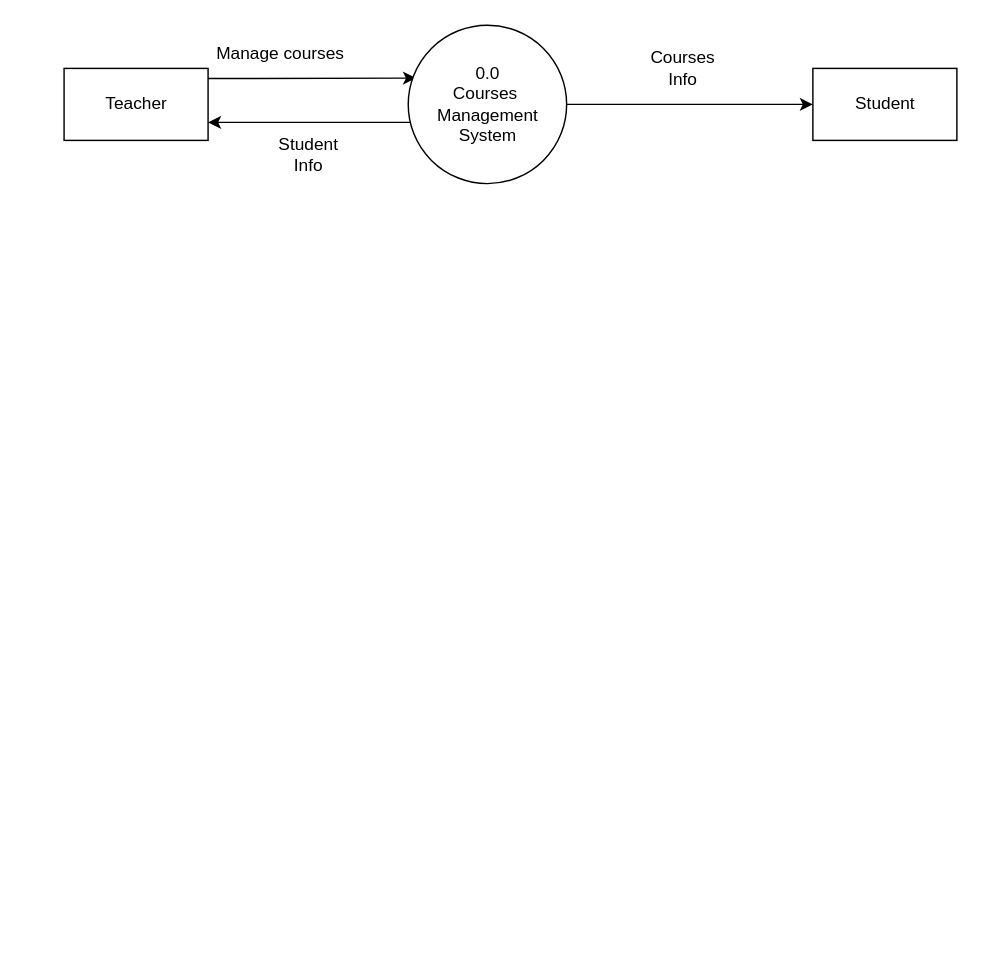
Amruta789/Online-Educational-Resources-Recommender keeps this draw.io diagram as Untitled Diagram.drawio. Above is the earlier version. Source tidied: cells renumbered, new cells numbered last; positions are measured from the earlier drawing's top-left corner, leaving out a move shared by most shapes. Both pictures are drawn from the tidied source at 144%, with x=0, y=0 at pixel (63, 24).
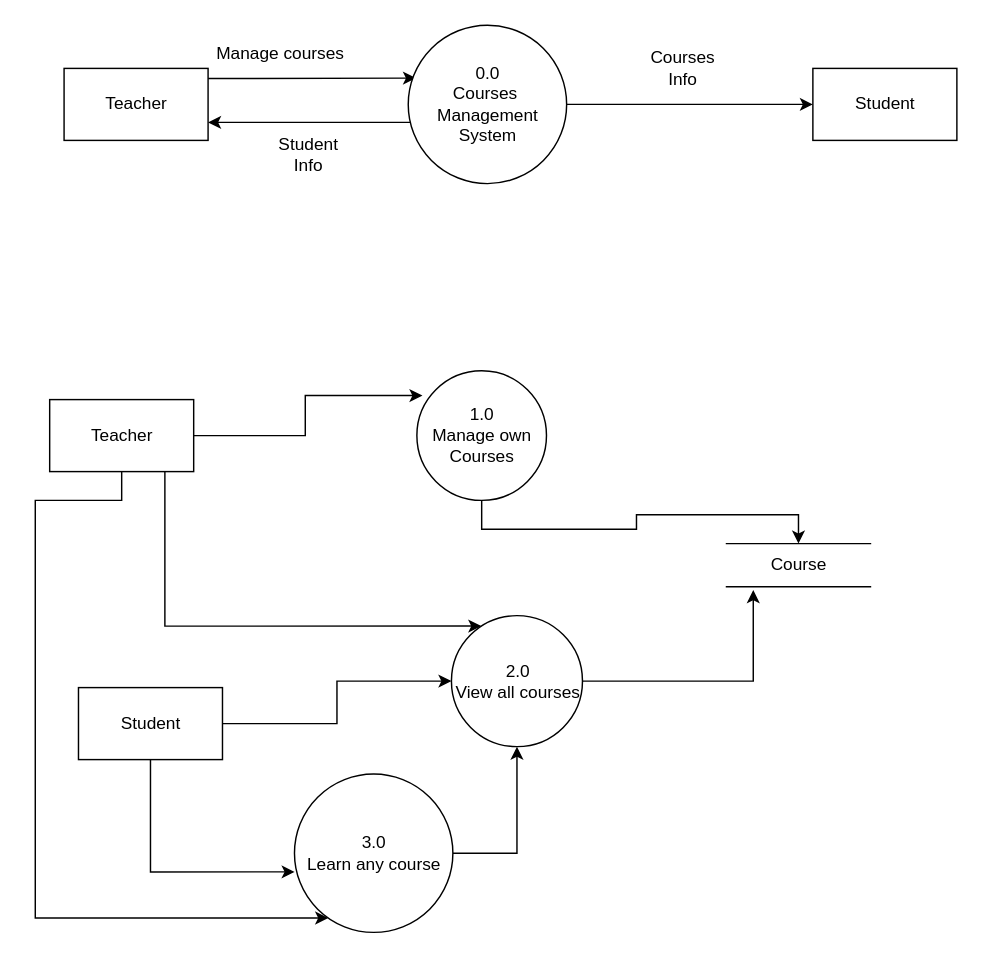
The same diagram, later.

The edit, as a diff of the source:
```diff
@@
+    <mxCell id="11" style="edgeStyle=orthogonalEdgeStyle;rounded=0;jettySize=auto;html=1;exitX=0.5;exitY=1;exitDx=0;exitDy=0;entryX=0.5;entryY=0;entryDx=0;entryDy=0;" parent="1" edge="1" source="12" target="17">
+      <mxGeometry relative="1" as="geometry" />
+    </mxCell>
+    <mxCell id="12" value="1.0&lt;br&gt;Manage own&lt;br&gt;Courses" style="shape=ellipse;html=1;dashed=0;whitespace=wrap;perimeter=ellipsePerimeter;" parent="1" vertex="1">
+      <mxGeometry x="245" y="240" width="90" height="90" as="geometry" />
+    </mxCell>
+    <mxCell id="13" style="edgeStyle=orthogonalEdgeStyle;rounded=0;jettySize=auto;html=1;exitX=1;exitY=0.5;exitDx=0;exitDy=0;entryX=0.043;entryY=0.191;entryDx=0;entryDy=0;entryPerimeter=0;" parent="1" edge="1" source="16" target="12">
+      <mxGeometry relative="1" as="geometry" />
+    </mxCell>
+    <mxCell id="14" style="edgeStyle=orthogonalEdgeStyle;rounded=0;jettySize=auto;html=1;entryX=0.228;entryY=0.08;entryDx=0;entryDy=0;entryPerimeter=0;" parent="1" edge="1" source="16" target="24">
+      <mxGeometry relative="1" as="geometry">
+        <Array as="points">
+          <mxPoint x="70" y="417" />
+        </Array>
+      </mxGeometry>
+    </mxCell>
+    <mxCell id="15" style="edgeStyle=orthogonalEdgeStyle;rounded=0;jettySize=auto;html=1;exitX=0.5;exitY=1;exitDx=0;exitDy=0;" parent="1" edge="1" source="16" target="22">
+      <mxGeometry relative="1" as="geometry">
+        <Array as="points">
+          <mxPoint x="40" y="330" />
+          <mxPoint x="-20" y="330" />
+          <mxPoint x="-20" y="620" />
+        </Array>
+      </mxGeometry>
+    </mxCell>
+    <mxCell id="16" value="Teacher" style="html=1;dashed=0;whitespace=wrap;" parent="1" vertex="1">
+      <mxGeometry x="-10" y="260" width="100" height="50" as="geometry" />
+    </mxCell>
+    <mxCell id="17" value="Course" style="html=1;dashed=0;whitespace=wrap;shape=partialRectangle;right=0;left=0;" parent="1" vertex="1">
+      <mxGeometry x="460" y="360" width="100" height="30" as="geometry" />
+    </mxCell>
+    <mxCell id="18" style="edgeStyle=orthogonalEdgeStyle;rounded=0;jettySize=auto;html=1;exitX=0.5;exitY=1;exitDx=0;exitDy=0;entryX=0.001;entryY=0.618;entryDx=0;entryDy=0;entryPerimeter=0;" parent="1" edge="1" source="20" target="22">
+      <mxGeometry relative="1" as="geometry" />
+    </mxCell>
+    <mxCell id="19" style="edgeStyle=orthogonalEdgeStyle;rounded=0;jettySize=auto;html=1;exitX=1;exitY=0.5;exitDx=0;exitDy=0;entryX=0;entryY=0.5;entryDx=0;entryDy=0;" parent="1" edge="1" source="20" target="24">
+      <mxGeometry relative="1" as="geometry" />
+    </mxCell>
+    <mxCell id="20" value="Student" style="html=1;dashed=0;whitespace=wrap;" parent="1" vertex="1">
+      <mxGeometry x="10" y="460" width="100" height="50" as="geometry" />
+    </mxCell>
+    <mxCell id="21" style="edgeStyle=orthogonalEdgeStyle;rounded=0;jettySize=auto;html=1;exitX=1;exitY=0.5;exitDx=0;exitDy=0;entryX=0.5;entryY=1;entryDx=0;entryDy=0;" parent="1" edge="1" source="22" target="24">
+      <mxGeometry relative="1" as="geometry" />
+    </mxCell>
+    <mxCell id="22" value="3.0&lt;br&gt;Learn any course" style="shape=ellipse;html=1;dashed=0;whitespace=wrap;perimeter=ellipsePerimeter;" parent="1" vertex="1">
+      <mxGeometry x="160" y="520" width="110" height="110" as="geometry" />
+    </mxCell>
+    <mxCell id="23" style="edgeStyle=orthogonalEdgeStyle;rounded=0;jettySize=auto;html=1;entryX=0.186;entryY=1.076;entryDx=0;entryDy=0;entryPerimeter=0;" parent="1" edge="1" source="24" target="17">
+      <mxGeometry relative="1" as="geometry" />
+    </mxCell>
+    <mxCell id="24" value="2.0&lt;br&gt;View all courses" style="shape=ellipse;html=1;dashed=0;whitespace=wrap;perimeter=ellipsePerimeter;" parent="1" vertex="1">
+      <mxGeometry x="269" y="410" width="91" height="91" as="geometry" />
+    </mxCell>
```
